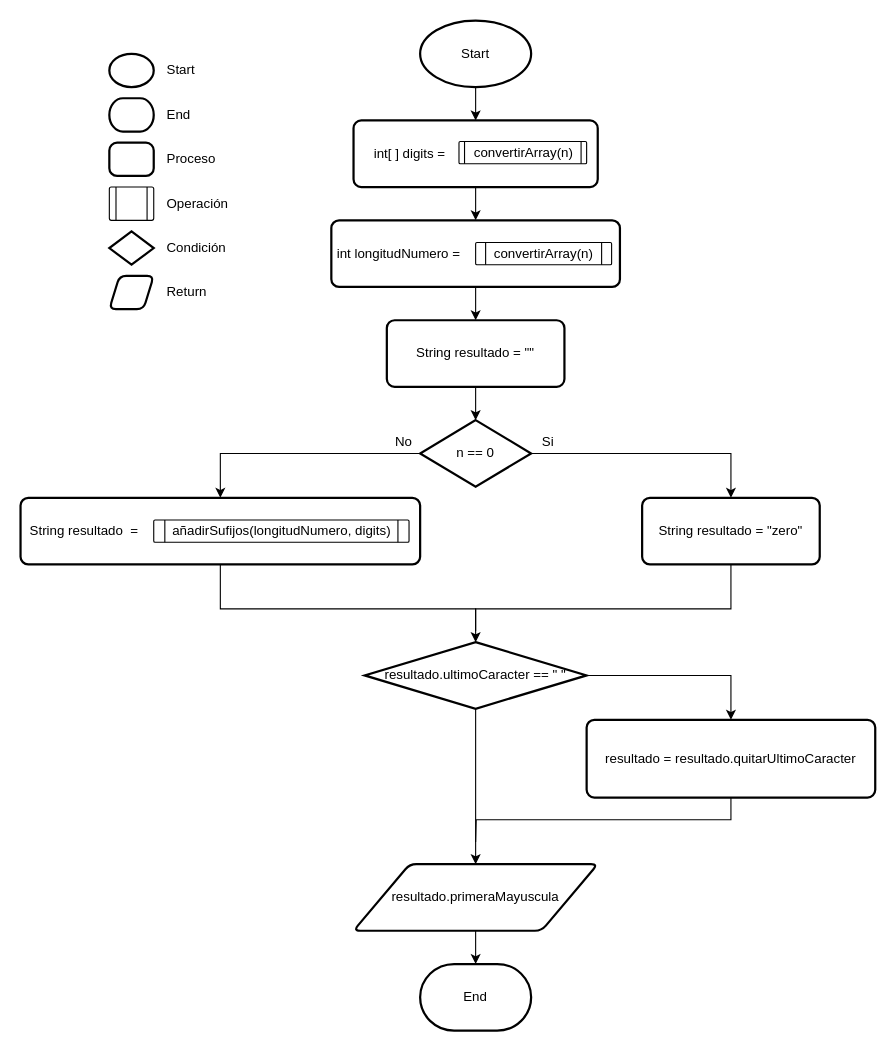
This is Proyectos intellij/Practica 1 - NUMBERS/Diagrama de flux - say.drawio from KyPH-Phoenix/Programacio-GS2021, a draw.io file, before an edit. Source tidied: cells renumbered, new cells numbered last; positions are measured from the earlier drawing's top-left corner, leaving out a move shared by most shapes. Both pictures are drawn from the tidied source at 111%, with x=0, y=0 at pixel (20, 20).
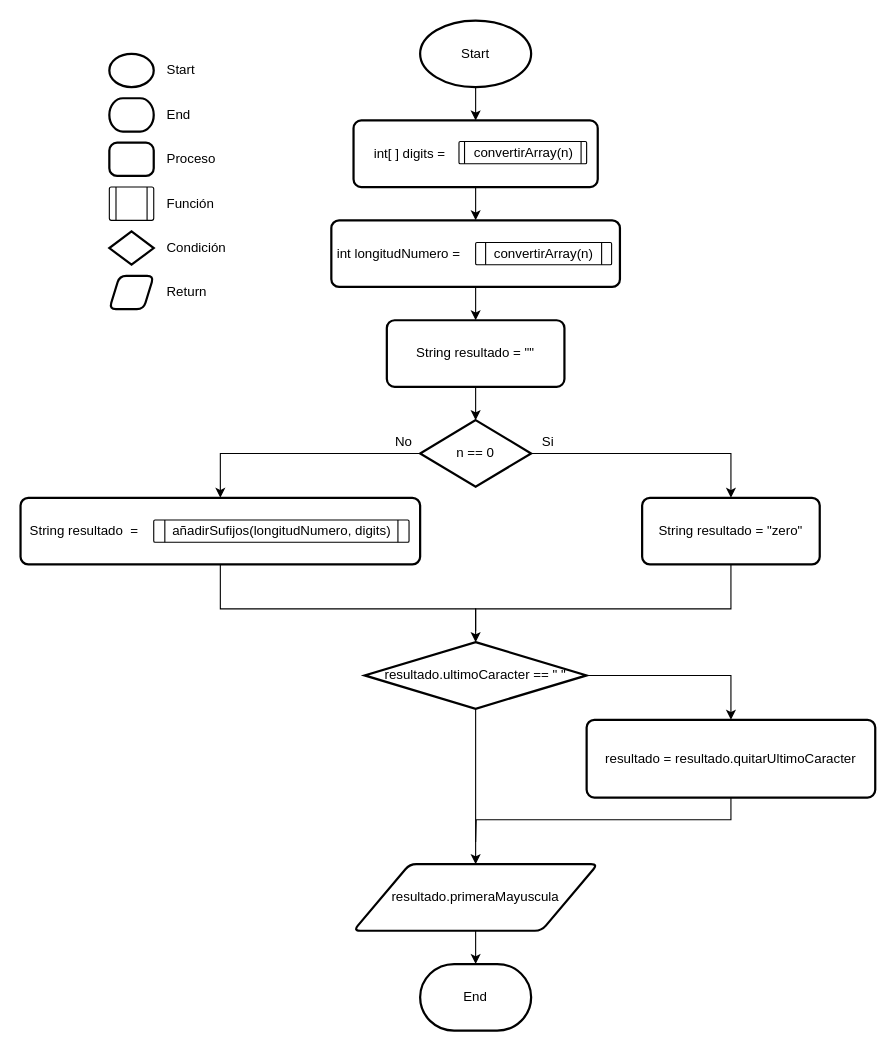
Above is the later version.

The edit, as a diff of the source:
```diff
@@
-    <mxCell id="19" value="&lt;div align=&quot;left&quot;&gt;Operación&lt;/div&gt;" style="text;html=1;align=left;verticalAlign=middle;strokeColor=none;fillColor=none;" parent="1" vertex="1">
-      <mxGeometry x="130" y="155" width="70" height="20" as="geometry" />
+    <mxCell id="19" value="Función" style="text;html=1;align=left;verticalAlign=middle;strokeColor=none;fillColor=none;" parent="1" vertex="1">
+      <mxGeometry x="130" y="155" width="60" height="20" as="geometry" />
     </mxCell>
```
